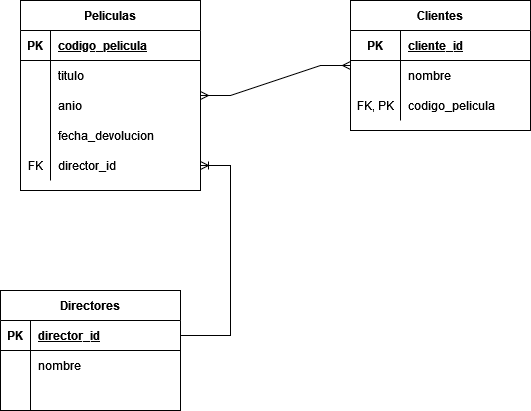
Above: 1FN.png in Al-Sagredo/Normalizacion (draw.io), before the change. Source tidied: cells renumbered, new cells last; positions are measured from the earlier drawing's top-left corner, leaving out a move shared by most shapes.
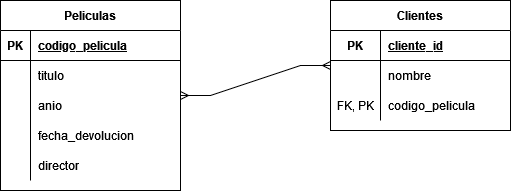
The same file after the commit.

Change to the diagram source:
```diff
@@ -44,10 +44,10 @@
     <mxCell id="15" style="shape=tableRow;horizontal=0;startSize=0;swimlaneHead=0;swimlaneBody=0;fillColor=none;points=[[0,0.5],[1,0.5]];portConstraint=eastwest;top=0;left=0;right=0;bottom=0;" parent="2" vertex="1">
       <mxGeometry y="150" width="180" height="30" as="geometry" />
     </mxCell>
-    <mxCell id="16" value="FK" style="shape=partialRectangle;fillColor=none;top=0;left=0;bottom=0;right=0;fontStyle=0;overflow=hidden;" parent="15" vertex="1">
+    <mxCell id="16" style="shape=partialRectangle;fillColor=none;top=0;left=0;bottom=0;right=0;fontStyle=0;overflow=hidden;" parent="15" vertex="1">
       <mxGeometry width="30" height="30" as="geometry" />
     </mxCell>
-    <mxCell id="17" value="director_id" style="shape=partialRectangle;fillColor=none;top=0;left=0;bottom=0;right=0;align=left;spacingLeft=6;fontStyle=0;overflow=hidden;" parent="15" vertex="1">
+    <mxCell id="17" value="director" style="shape=partialRectangle;fillColor=none;top=0;left=0;bottom=0;right=0;align=left;spacingLeft=6;fontStyle=0;overflow=hidden;" parent="15" vertex="1">
       <mxGeometry x="30" width="150" height="30" as="geometry" />
     </mxCell>
     <mxCell id="18" value="Clientes" style="shape=table;startSize=30;rowLines=0;fontStyle=1;align=center;" parent="1" vertex="1">
@@ -83,38 +83,5 @@
     <mxCell id="28" style="edgeStyle=entityRelationEdgeStyle;fontSize=12;html=1;endArrow=ERmany;startArrow=ERmany;rounded=0;" parent="1" edge="1" source="2" target="18">
       <mxGeometry relative="1" as="geometry" />
     </mxCell>
-    <mxCell id="29" value="Directores" style="shape=table;startSize=30;rowLines=0;fontStyle=1;align=center;" parent="1" vertex="1">
-      <mxGeometry y="290" width="180" height="120" as="geometry" />
-    </mxCell>
-    <mxCell id="30" style="shape=tableRow;horizontal=0;startSize=0;swimlaneHead=0;swimlaneBody=0;fillColor=none;points=[[0,0.5],[1,0.5]];portConstraint=eastwest;top=0;left=0;right=0;bottom=1;" parent="29" vertex="1">
-      <mxGeometry y="30" width="180" height="30" as="geometry" />
-    </mxCell>
-    <mxCell id="31" value="PK" style="shape=partialRectangle;fillColor=none;top=0;left=0;bottom=0;right=0;fontStyle=1;overflow=hidden;" parent="30" vertex="1">
-      <mxGeometry width="30" height="30" as="geometry" />
-    </mxCell>
-    <mxCell id="32" value="director_id" style="shape=partialRectangle;fillColor=none;top=0;left=0;bottom=0;right=0;align=left;spacingLeft=6;fontStyle=5;overflow=hidden;" parent="30" vertex="1">
-      <mxGeometry x="30" width="150" height="30" as="geometry" />
-    </mxCell>
-    <mxCell id="33" style="shape=tableRow;horizontal=0;startSize=0;swimlaneHead=0;swimlaneBody=0;fillColor=none;top=0;left=0;right=0;bottom=0;" parent="29" vertex="1">
-      <mxGeometry y="60" width="180" height="30" as="geometry" />
-    </mxCell>
-    <mxCell id="34" style="shape=partialRectangle;fillColor=none;top=0;left=0;bottom=0;right=0;overflow=hidden;" parent="33" vertex="1">
-      <mxGeometry width="30" height="30" as="geometry" />
-    </mxCell>
-    <mxCell id="35" value="nombre" style="shape=partialRectangle;fillColor=none;top=0;left=0;bottom=0;right=0;align=left;spacingLeft=6;overflow=hidden;" parent="33" vertex="1">
-      <mxGeometry x="30" width="150" height="30" as="geometry" />
-    </mxCell>
-    <mxCell id="36" style="shape=tableRow;horizontal=0;startSize=0;swimlaneHead=0;swimlaneBody=0;fillColor=none;top=0;left=0;right=0;bottom=0;" parent="29" vertex="1">
-      <mxGeometry y="90" width="180" height="30" as="geometry" />
-    </mxCell>
-    <mxCell id="37" style="shape=partialRectangle;fillColor=none;top=0;left=0;bottom=0;right=0;overflow=hidden;" parent="36" vertex="1">
-      <mxGeometry width="30" height="30" as="geometry" />
-    </mxCell>
-    <mxCell id="38" style="shape=partialRectangle;fillColor=none;top=0;left=0;bottom=0;right=0;align=left;spacingLeft=6;overflow=hidden;" parent="36" vertex="1">
-      <mxGeometry x="30" width="150" height="30" as="geometry" />
-    </mxCell>
-    <mxCell id="39" style="edgeStyle=entityRelationEdgeStyle;fontSize=12;html=1;endArrow=ERoneToMany;rounded=0;" parent="1" edge="1" source="30" target="15">
-      <mxGeometry relative="1" as="geometry" />
-    </mxCell>
   </root>
 </mxGraphModel>
```
